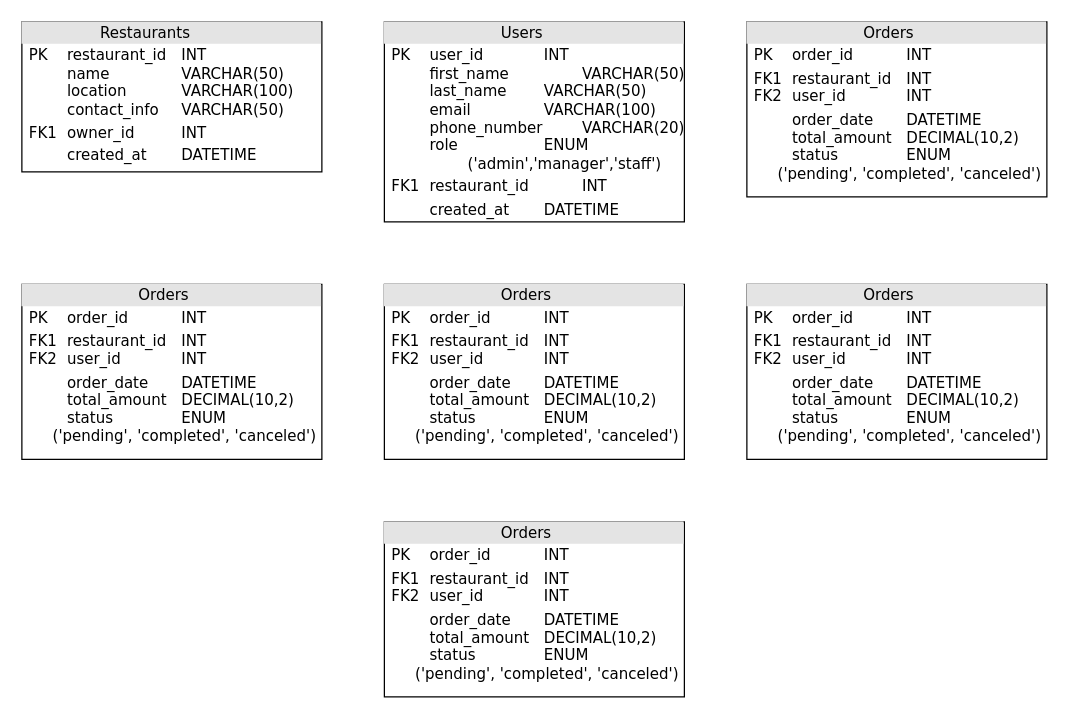
Earlier version of the draw.io diagram Untitled Diagram.drawio (SafwanAltawil/HelloWorld). Source tidied: cells renumbered, new cells numbered last; positions are measured from the earlier drawing's top-left corner, leaving out a move shared by most shapes. Both pictures are drawn from the tidied source at 125%, with x=0, y=0 at pixel (21, 21).
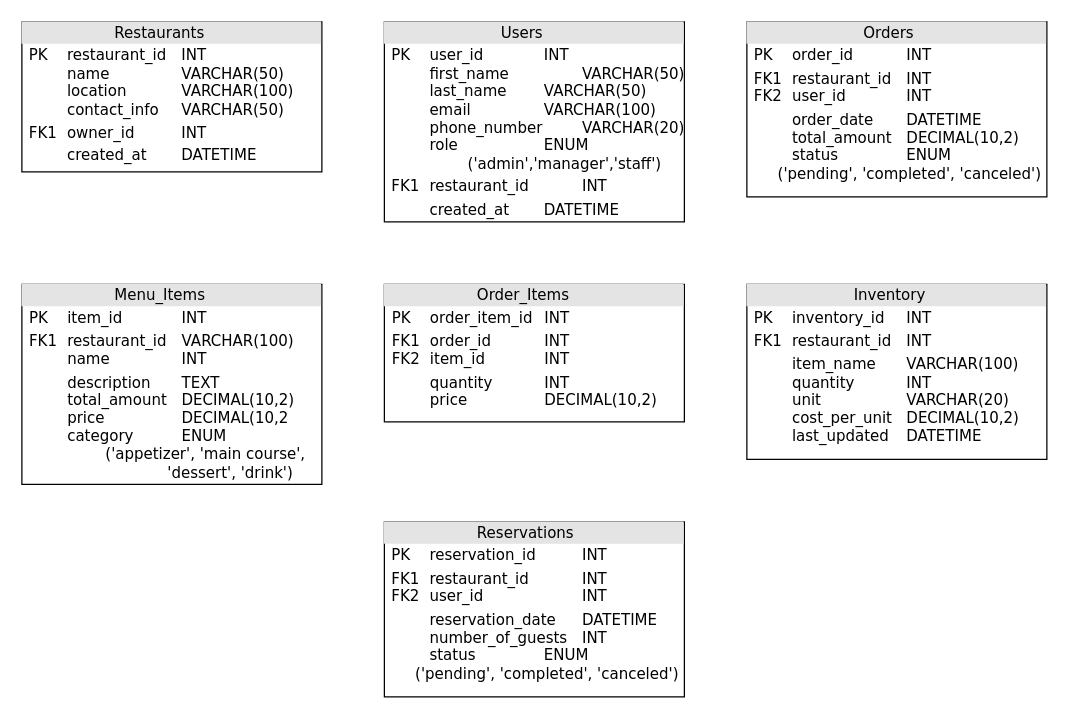
The same diagram, later.

Diff of the diagram source:
```diff
@@
-    <mxCell id="2" value="&lt;div style=&quot;box-sizing:border-box;width:100%;background:#e4e4e4;padding:2px;&quot;&gt;&lt;span style=&quot;white-space: pre;&quot;&gt;&#9;&lt;/span&gt;&lt;span style=&quot;white-space: pre;&quot;&gt;&#9;&lt;/span&gt;Restaurants&lt;/div&gt;&lt;table style=&quot;width:100%;font-size:1em;&quot; cellpadding=&quot;2&quot; cellspacing=&quot;0&quot;&gt;&lt;tbody&gt;&lt;tr&gt;&lt;td&gt;&lt;br&gt;&lt;/td&gt;&lt;td&gt;PK&lt;span style=&quot;white-space: pre;&quot;&gt;&#9;&lt;/span&gt;restaurant_id&lt;span style=&quot;white-space: pre;&quot;&gt;&#9;&lt;/span&gt;INT&lt;br&gt;&lt;span style=&quot;white-space: pre;&quot;&gt;&#9;&lt;/span&gt;name&lt;span style=&quot;white-space: pre;&quot;&gt;&#9;&lt;span style=&quot;white-space: pre;&quot;&gt;&#9;&lt;/span&gt;&lt;/span&gt;VARCHAR(50)&lt;br&gt;&lt;span style=&quot;white-space: pre;&quot;&gt;&#9;&lt;/span&gt;location &lt;span style=&quot;white-space: pre;&quot;&gt;&#9;&lt;span style=&quot;white-space: pre;&quot;&gt;&#9;&lt;/span&gt;&lt;/span&gt;VARCHAR(100)&lt;span style=&quot;white-space: pre;&quot;&gt;&#9;&lt;/span&gt;&lt;span style=&quot;white-space: pre;&quot;&gt;&#9;&lt;/span&gt;&lt;br&gt;&lt;span style=&quot;white-space: pre;&quot;&gt;&#9;&lt;/span&gt;contact_info&lt;span style=&quot;white-space: pre;&quot;&gt;&#9;&lt;/span&gt;VARCHAR(50)&lt;br&gt;&lt;/td&gt;&lt;/tr&gt;&lt;tr&gt;&lt;td&gt;&lt;br&gt;&lt;/td&gt;&lt;td&gt;FK1&lt;span style=&quot;white-space: pre;&quot;&gt;&#9;&lt;/span&gt;owner_id &lt;span style=&quot;white-space: pre;&quot;&gt;&#9;&lt;/span&gt;&lt;span style=&quot;white-space: pre;&quot;&gt;&#9;&lt;/span&gt;INT&lt;/td&gt;&lt;/tr&gt;&lt;tr&gt;&lt;td&gt;&lt;/td&gt;&lt;td&gt;&lt;span style=&quot;white-space: pre;&quot;&gt;&#9;&lt;/span&gt;created_at &lt;span style=&quot;white-space: pre;&quot;&gt;&#9;&lt;/span&gt;DATETIME&lt;span style=&quot;white-space: pre;&quot;&gt;&#9;&lt;/span&gt;&lt;br&gt;&lt;br&gt;&lt;br&gt;&lt;/td&gt;&lt;/tr&gt;&lt;/tbody&gt;&lt;/table&gt;" style="verticalAlign=top;align=left;overflow=fill;html=1;rounded=0;shadow=0;comic=0;labelBackgroundColor=none;strokeWidth=1;fontFamily=Verdana;fontSize=12;direction=west;" parent="1" vertex="1">
+    <mxCell id="2" value="&lt;div style=&quot;box-sizing:border-box;width:100%;background:#e4e4e4;padding:2px;&quot;&gt;&lt;span style=&quot;white-space: pre;&quot;&gt;&#9;&lt;/span&gt;&lt;span style=&quot;white-space: pre;&quot;&gt;&#9;&lt;/span&gt;&amp;nbsp; &amp;nbsp;Restaurants&lt;/div&gt;&lt;table style=&quot;width:100%;font-size:1em;&quot; cellpadding=&quot;2&quot; cellspacing=&quot;0&quot;&gt;&lt;tbody&gt;&lt;tr&gt;&lt;td&gt;&lt;br&gt;&lt;/td&gt;&lt;td&gt;PK&lt;span style=&quot;white-space: pre;&quot;&gt;&#9;&lt;/span&gt;restaurant_id&lt;span style=&quot;white-space: pre;&quot;&gt;&#9;&lt;/span&gt;INT&lt;br&gt;&lt;span style=&quot;white-space: pre;&quot;&gt;&#9;&lt;/span&gt;name&lt;span style=&quot;white-space: pre;&quot;&gt;&#9;&lt;span style=&quot;white-space: pre;&quot;&gt;&#9;&lt;/span&gt;&lt;/span&gt;VARCHAR(50)&lt;br&gt;&lt;span style=&quot;white-space: pre;&quot;&gt;&#9;&lt;/span&gt;location &lt;span style=&quot;white-space: pre;&quot;&gt;&#9;&lt;span style=&quot;white-space: pre;&quot;&gt;&#9;&lt;/span&gt;&lt;/span&gt;VARCHAR(100)&lt;span style=&quot;white-space: pre;&quot;&gt;&#9;&lt;/span&gt;&lt;span style=&quot;white-space: pre;&quot;&gt;&#9;&lt;/span&gt;&lt;br&gt;&lt;span style=&quot;white-space: pre;&quot;&gt;&#9;&lt;/span&gt;contact_info&lt;span style=&quot;white-space: pre;&quot;&gt;&#9;&lt;/span&gt;VARCHAR(50)&lt;br&gt;&lt;/td&gt;&lt;/tr&gt;&lt;tr&gt;&lt;td&gt;&lt;br&gt;&lt;/td&gt;&lt;td&gt;FK1&lt;span style=&quot;white-space: pre;&quot;&gt;&#9;&lt;/span&gt;owner_id &lt;span style=&quot;white-space: pre;&quot;&gt;&#9;&lt;/span&gt;&lt;span style=&quot;white-space: pre;&quot;&gt;&#9;&lt;/span&gt;INT&lt;/td&gt;&lt;/tr&gt;&lt;tr&gt;&lt;td&gt;&lt;/td&gt;&lt;td&gt;&lt;span style=&quot;white-space: pre;&quot;&gt;&#9;&lt;/span&gt;created_at &lt;span style=&quot;white-space: pre;&quot;&gt;&#9;&lt;/span&gt;DATETIME&lt;span style=&quot;white-space: pre;&quot;&gt;&#9;&lt;/span&gt;&lt;br&gt;&lt;br&gt;&lt;br&gt;&lt;/td&gt;&lt;/tr&gt;&lt;/tbody&gt;&lt;/table&gt;" style="verticalAlign=top;align=left;overflow=fill;html=1;rounded=0;shadow=0;comic=0;labelBackgroundColor=none;strokeWidth=1;fontFamily=Verdana;fontSize=12;direction=west;" parent="1" vertex="1">
       <mxGeometry width="240" height="120" as="geometry" />
     </mxCell>
@@
-    <mxCell id="5" value="&lt;div style=&quot;box-sizing:border-box;width:100%;background:#e4e4e4;padding:2px;&quot;&gt;&lt;span style=&quot;white-space: pre;&quot;&gt;&#9;&lt;/span&gt;&lt;span style=&quot;white-space: pre;&quot;&gt;&#9;&lt;span style=&quot;white-space: pre;&quot;&gt;&#9;&lt;/span&gt;&lt;/span&gt;Orders&lt;/div&gt;&lt;table style=&quot;width:100%;font-size:1em;&quot; cellpadding=&quot;2&quot; cellspacing=&quot;0&quot;&gt;&lt;tbody&gt;&lt;tr&gt;&lt;td&gt;&lt;br&gt;&lt;/td&gt;&lt;td&gt;PK&lt;span style=&quot;white-space: pre;&quot;&gt;&#9;&lt;/span&gt;order_id&lt;span style=&quot;white-space: pre;&quot;&gt;&#9;&lt;/span&gt;&lt;span style=&quot;white-space: pre;&quot;&gt;&#9;&lt;/span&gt;INT&lt;br&gt;&lt;/td&gt;&lt;/tr&gt;&lt;tr&gt;&lt;td&gt;&lt;br&gt;&lt;/td&gt;&lt;td&gt;FK1&lt;span style=&quot;white-space: pre;&quot;&gt;&#9;&lt;/span&gt;restaurant_id &lt;span style=&quot;white-space: pre;&quot;&gt;&#9;&lt;/span&gt;INT&lt;br&gt;FK2&lt;span style=&quot;white-space: pre;&quot;&gt;&#9;&lt;/span&gt;user_id &lt;span style=&quot;white-space: pre;&quot;&gt;&#9;&lt;/span&gt;&lt;span style=&quot;white-space: pre;&quot;&gt;&#9;&lt;/span&gt;INT&lt;br&gt;&lt;/td&gt;&lt;/tr&gt;&lt;tr&gt;&lt;td&gt;&lt;/td&gt;&lt;td&gt;&lt;span style=&quot;white-space: pre;&quot;&gt;&#9;&lt;/span&gt;order_date &lt;span style=&quot;white-space: pre;&quot;&gt;&#9;&lt;/span&gt;DATETIME&lt;span style=&quot;white-space: pre;&quot;&gt;&#9;&lt;/span&gt;&lt;br&gt;&lt;span style=&quot;white-space: pre;&quot;&gt;&#9;&lt;/span&gt;total_amount &lt;span style=&quot;white-space: pre;&quot;&gt;&#9;&lt;/span&gt;DECIMAL(10,2)&lt;br&gt;&lt;span style=&quot;white-space: pre;&quot;&gt;&#9;&lt;/span&gt;status &lt;span style=&quot;white-space: pre;&quot;&gt;&#9;&lt;/span&gt;&lt;span style=&quot;white-space: pre;&quot;&gt;&#9;&lt;/span&gt;ENUM&lt;br&gt;&amp;nbsp; &amp;nbsp; &amp;nbsp;('pending', 'completed', 'canceled')&lt;span style=&quot;white-space: pre;&quot;&gt;&#9;&lt;/span&gt;&lt;br&gt;&lt;br&gt;&lt;br&gt;&lt;/td&gt;&lt;/tr&gt;&lt;/tbody&gt;&lt;/table&gt;" style="verticalAlign=top;align=left;overflow=fill;html=1;rounded=0;shadow=0;comic=0;labelBackgroundColor=none;strokeWidth=1;fontFamily=Verdana;fontSize=12;direction=west;" parent="1" vertex="1">
+    <mxCell id="5" value="&lt;div style=&quot;box-sizing:border-box;width:100%;background:#e4e4e4;padding:2px;&quot;&gt;&lt;span style=&quot;white-space: pre;&quot;&gt;&#9;&lt;/span&gt;&lt;span style=&quot;white-space: pre;&quot;&gt;&#9;&lt;/span&gt;&lt;span style=&quot;white-space-collapse: preserve;&quot;&gt;&amp;nbsp;  &lt;/span&gt;Reservations&lt;/div&gt;&lt;table style=&quot;width:100%;font-size:1em;&quot; cellpadding=&quot;2&quot; cellspacing=&quot;0&quot;&gt;&lt;tbody&gt;&lt;tr&gt;&lt;td&gt;&lt;br&gt;&lt;/td&gt;&lt;td&gt;PK&lt;span style=&quot;white-space: pre;&quot;&gt;&#9;&lt;/span&gt;reservation_id&lt;span style=&quot;white-space: pre;&quot;&gt;&#9;&lt;span style=&quot;white-space: pre;&quot;&gt;&#9;&lt;/span&gt;&lt;/span&gt;INT&lt;br&gt;&lt;/td&gt;&lt;/tr&gt;&lt;tr&gt;&lt;td&gt;&lt;br&gt;&lt;/td&gt;&lt;td&gt;FK1&lt;span style=&quot;white-space: pre;&quot;&gt;&#9;&lt;/span&gt;restaurant_id &lt;span style=&quot;white-space: pre;&quot;&gt;&#9;&lt;span style=&quot;white-space: pre;&quot;&gt;&#9;&lt;/span&gt;&lt;/span&gt;INT&lt;br&gt;FK2&lt;span style=&quot;white-space: pre;&quot;&gt;&#9;&lt;/span&gt;user_id &lt;span style=&quot;white-space: pre;&quot;&gt;&#9;&lt;/span&gt;&lt;span style=&quot;white-space: pre;&quot;&gt;&#9;&lt;span style=&quot;white-space: pre;&quot;&gt;&#9;&lt;/span&gt;&lt;/span&gt;INT&lt;br&gt;&lt;/td&gt;&lt;/tr&gt;&lt;tr&gt;&lt;td&gt;&lt;/td&gt;&lt;td&gt;&lt;span style=&quot;white-space: pre;&quot;&gt;&#9;&lt;/span&gt;reservation_date &lt;span style=&quot;white-space: pre;&quot;&gt;&#9;&lt;/span&gt;DATETIME&lt;span style=&quot;white-space: pre;&quot;&gt;&#9;&lt;/span&gt;&lt;br&gt;&lt;span style=&quot;white-space: pre;&quot;&gt;&#9;&lt;/span&gt;number_of_guests  &lt;span style=&quot;white-space: pre;&quot;&gt;&#9;&lt;/span&gt;INT&lt;br&gt;&lt;span style=&quot;white-space: pre;&quot;&gt;&#9;&lt;/span&gt;status &lt;span style=&quot;white-space: pre;&quot;&gt;&#9;&lt;/span&gt;&lt;span style=&quot;white-space: pre;&quot;&gt;&#9;&lt;/span&gt;ENUM&lt;br&gt;&amp;nbsp; &amp;nbsp; &amp;nbsp;('pending', 'completed', 'canceled')&lt;span style=&quot;white-space: pre;&quot;&gt;&#9;&lt;/span&gt;&lt;br&gt;&lt;br&gt;&lt;br&gt;&lt;/td&gt;&lt;/tr&gt;&lt;/tbody&gt;&lt;/table&gt;" style="verticalAlign=top;align=left;overflow=fill;html=1;rounded=0;shadow=0;comic=0;labelBackgroundColor=none;strokeWidth=1;fontFamily=Verdana;fontSize=12;direction=west;" parent="1" vertex="1">
       <mxGeometry x="290" y="400" width="240" height="140" as="geometry" />
     </mxCell>
-    <mxCell id="6" value="&lt;div style=&quot;box-sizing:border-box;width:100%;background:#e4e4e4;padding:2px;&quot;&gt;&lt;span style=&quot;white-space: pre;&quot;&gt;&#9;&lt;/span&gt;&lt;span style=&quot;white-space: pre;&quot;&gt;&#9;&lt;span style=&quot;white-space: pre;&quot;&gt;&#9;&lt;/span&gt;&lt;/span&gt;Orders&lt;/div&gt;&lt;table style=&quot;width:100%;font-size:1em;&quot; cellpadding=&quot;2&quot; cellspacing=&quot;0&quot;&gt;&lt;tbody&gt;&lt;tr&gt;&lt;td&gt;&lt;br&gt;&lt;/td&gt;&lt;td&gt;PK&lt;span style=&quot;white-space: pre;&quot;&gt;&#9;&lt;/span&gt;order_id&lt;span style=&quot;white-space: pre;&quot;&gt;&#9;&lt;/span&gt;&lt;span style=&quot;white-space: pre;&quot;&gt;&#9;&lt;/span&gt;INT&lt;br&gt;&lt;/td&gt;&lt;/tr&gt;&lt;tr&gt;&lt;td&gt;&lt;br&gt;&lt;/td&gt;&lt;td&gt;FK1&lt;span style=&quot;white-space: pre;&quot;&gt;&#9;&lt;/span&gt;restaurant_id &lt;span style=&quot;white-space: pre;&quot;&gt;&#9;&lt;/span&gt;INT&lt;br&gt;FK2&lt;span style=&quot;white-space: pre;&quot;&gt;&#9;&lt;/span&gt;user_id &lt;span style=&quot;white-space: pre;&quot;&gt;&#9;&lt;/span&gt;&lt;span style=&quot;white-space: pre;&quot;&gt;&#9;&lt;/span&gt;INT&lt;br&gt;&lt;/td&gt;&lt;/tr&gt;&lt;tr&gt;&lt;td&gt;&lt;/td&gt;&lt;td&gt;&lt;span style=&quot;white-space: pre;&quot;&gt;&#9;&lt;/span&gt;order_date &lt;span style=&quot;white-space: pre;&quot;&gt;&#9;&lt;/span&gt;DATETIME&lt;span style=&quot;white-space: pre;&quot;&gt;&#9;&lt;/span&gt;&lt;br&gt;&lt;span style=&quot;white-space: pre;&quot;&gt;&#9;&lt;/span&gt;total_amount &lt;span style=&quot;white-space: pre;&quot;&gt;&#9;&lt;/span&gt;DECIMAL(10,2)&lt;br&gt;&lt;span style=&quot;white-space: pre;&quot;&gt;&#9;&lt;/span&gt;status &lt;span style=&quot;white-space: pre;&quot;&gt;&#9;&lt;/span&gt;&lt;span style=&quot;white-space: pre;&quot;&gt;&#9;&lt;/span&gt;ENUM&lt;br&gt;&amp;nbsp; &amp;nbsp; &amp;nbsp;('pending', 'completed', 'canceled')&lt;span style=&quot;white-space: pre;&quot;&gt;&#9;&lt;/span&gt;&lt;br&gt;&lt;br&gt;&lt;br&gt;&lt;/td&gt;&lt;/tr&gt;&lt;/tbody&gt;&lt;/table&gt;" style="verticalAlign=top;align=left;overflow=fill;html=1;rounded=0;shadow=0;comic=0;labelBackgroundColor=none;strokeWidth=1;fontFamily=Verdana;fontSize=12;direction=west;" parent="1" vertex="1">
+    <mxCell id="6" value="&lt;div style=&quot;box-sizing:border-box;width:100%;background:#e4e4e4;padding:2px;&quot;&gt;&lt;span style=&quot;white-space: pre;&quot;&gt;&#9;&lt;/span&gt;&lt;span style=&quot;white-space: pre;&quot;&gt;&#9;&lt;/span&gt;&lt;span style=&quot;white-space-collapse: preserve;&quot;&gt;&amp;nbsp;     &lt;/span&gt;Inventory&lt;/div&gt;&lt;table style=&quot;width:100%;font-size:1em;&quot; cellpadding=&quot;2&quot; cellspacing=&quot;0&quot;&gt;&lt;tbody&gt;&lt;tr&gt;&lt;td&gt;&lt;br&gt;&lt;/td&gt;&lt;td&gt;PK&lt;span style=&quot;white-space: pre;&quot;&gt;&#9;&lt;/span&gt;inventory_id&lt;span style=&quot;white-space: pre;&quot;&gt;&#9;&lt;/span&gt;INT&lt;br&gt;&lt;/td&gt;&lt;/tr&gt;&lt;tr&gt;&lt;td&gt;&lt;br&gt;&lt;/td&gt;&lt;td&gt;FK1&lt;span style=&quot;white-space: pre;&quot;&gt;&#9;&lt;/span&gt;restaurant_id &lt;span style=&quot;white-space: pre;&quot;&gt;&#9;&lt;/span&gt;INT&lt;br&gt;&lt;/td&gt;&lt;/tr&gt;&lt;tr&gt;&lt;td&gt;&lt;/td&gt;&lt;td&gt;&lt;span style=&quot;white-space: pre;&quot;&gt;&#9;&lt;/span&gt;item_name &lt;span style=&quot;white-space: pre;&quot;&gt;&#9;&lt;/span&gt;VARCHAR(100)&lt;span style=&quot;white-space: pre;&quot;&gt;&#9;&lt;/span&gt;&lt;br&gt;&lt;span style=&quot;white-space: pre;&quot;&gt;&#9;&lt;/span&gt;quantity &lt;span style=&quot;white-space: pre;&quot;&gt;&#9;&lt;span style=&quot;white-space: pre;&quot;&gt;&#9;&lt;/span&gt;I&lt;/span&gt;NT&lt;br&gt;&lt;span style=&quot;white-space: pre;&quot;&gt;&#9;&lt;/span&gt;unit &lt;span style=&quot;white-space: pre;&quot;&gt;&#9;&lt;/span&gt;&lt;span style=&quot;white-space: pre;&quot;&gt;&#9;&lt;/span&gt;&lt;span style=&quot;white-space: pre;&quot;&gt;&#9;&lt;/span&gt;VARCHAR(20)&lt;br&gt;&lt;span style=&quot;white-space: pre;&quot;&gt;&#9;&lt;/span&gt;cost_per_unit &lt;span style=&quot;white-space: pre;&quot;&gt;&#9;&lt;/span&gt;DECIMAL(10,2)&lt;span style=&quot;white-space: pre;&quot;&gt;&#9;&lt;/span&gt;&lt;br&gt;&lt;span style=&quot;white-space: pre;&quot;&gt;&#9;&lt;/span&gt;last_updated&lt;span style=&quot;white-space: pre;&quot;&gt;&#9;&lt;/span&gt;DATETIME&lt;br&gt;&lt;br&gt;&lt;/td&gt;&lt;/tr&gt;&lt;/tbody&gt;&lt;/table&gt;" style="verticalAlign=top;align=left;overflow=fill;html=1;rounded=0;shadow=0;comic=0;labelBackgroundColor=none;strokeWidth=1;fontFamily=Verdana;fontSize=12;direction=west;" parent="1" vertex="1">
       <mxGeometry x="580" y="210" width="240" height="140" as="geometry" />
     </mxCell>
-    <mxCell id="7" value="&lt;div style=&quot;box-sizing:border-box;width:100%;background:#e4e4e4;padding:2px;&quot;&gt;&lt;span style=&quot;white-space: pre;&quot;&gt;&#9;&lt;/span&gt;&lt;span style=&quot;white-space: pre;&quot;&gt;&#9;&lt;span style=&quot;white-space: pre;&quot;&gt;&#9;&lt;/span&gt;&lt;/span&gt;Orders&lt;/div&gt;&lt;table style=&quot;width:100%;font-size:1em;&quot; cellpadding=&quot;2&quot; cellspacing=&quot;0&quot;&gt;&lt;tbody&gt;&lt;tr&gt;&lt;td&gt;&lt;br&gt;&lt;/td&gt;&lt;td&gt;PK&lt;span style=&quot;white-space: pre;&quot;&gt;&#9;&lt;/span&gt;order_id&lt;span style=&quot;white-space: pre;&quot;&gt;&#9;&lt;/span&gt;&lt;span style=&quot;white-space: pre;&quot;&gt;&#9;&lt;/span&gt;INT&lt;br&gt;&lt;/td&gt;&lt;/tr&gt;&lt;tr&gt;&lt;td&gt;&lt;br&gt;&lt;/td&gt;&lt;td&gt;FK1&lt;span style=&quot;white-space: pre;&quot;&gt;&#9;&lt;/span&gt;restaurant_id &lt;span style=&quot;white-space: pre;&quot;&gt;&#9;&lt;/span&gt;INT&lt;br&gt;FK2&lt;span style=&quot;white-space: pre;&quot;&gt;&#9;&lt;/span&gt;user_id &lt;span style=&quot;white-space: pre;&quot;&gt;&#9;&lt;/span&gt;&lt;span style=&quot;white-space: pre;&quot;&gt;&#9;&lt;/span&gt;INT&lt;br&gt;&lt;/td&gt;&lt;/tr&gt;&lt;tr&gt;&lt;td&gt;&lt;/td&gt;&lt;td&gt;&lt;span style=&quot;white-space: pre;&quot;&gt;&#9;&lt;/span&gt;order_date &lt;span style=&quot;white-space: pre;&quot;&gt;&#9;&lt;/span&gt;DATETIME&lt;span style=&quot;white-space: pre;&quot;&gt;&#9;&lt;/span&gt;&lt;br&gt;&lt;span style=&quot;white-space: pre;&quot;&gt;&#9;&lt;/span&gt;total_amount &lt;span style=&quot;white-space: pre;&quot;&gt;&#9;&lt;/span&gt;DECIMAL(10,2)&lt;br&gt;&lt;span style=&quot;white-space: pre;&quot;&gt;&#9;&lt;/span&gt;status &lt;span style=&quot;white-space: pre;&quot;&gt;&#9;&lt;/span&gt;&lt;span style=&quot;white-space: pre;&quot;&gt;&#9;&lt;/span&gt;ENUM&lt;br&gt;&amp;nbsp; &amp;nbsp; &amp;nbsp;('pending', 'completed', 'canceled')&lt;span style=&quot;white-space: pre;&quot;&gt;&#9;&lt;/span&gt;&lt;br&gt;&lt;br&gt;&lt;br&gt;&lt;/td&gt;&lt;/tr&gt;&lt;/tbody&gt;&lt;/table&gt;" style="verticalAlign=top;align=left;overflow=fill;html=1;rounded=0;shadow=0;comic=0;labelBackgroundColor=none;strokeWidth=1;fontFamily=Verdana;fontSize=12;direction=west;" parent="1" vertex="1">
-      <mxGeometry x="290" y="210" width="240" height="140" as="geometry" />
+    <mxCell id="7" value="&lt;div style=&quot;box-sizing:border-box;width:100%;background:#e4e4e4;padding:2px;&quot;&gt;&lt;span style=&quot;white-space: pre;&quot;&gt;&#9;&lt;/span&gt;&lt;span style=&quot;white-space: pre;&quot;&gt;&#9;&lt;/span&gt;&lt;span style=&quot;white-space-collapse: preserve;&quot;&gt;&amp;nbsp;  &lt;/span&gt;Order_Items&lt;/div&gt;&lt;table style=&quot;width:100%;font-size:1em;&quot; cellpadding=&quot;2&quot; cellspacing=&quot;0&quot;&gt;&lt;tbody&gt;&lt;tr&gt;&lt;td&gt;&lt;br&gt;&lt;/td&gt;&lt;td&gt;PK&lt;span style=&quot;white-space: pre;&quot;&gt;&#9;&lt;/span&gt;order_item_id&lt;span style=&quot;white-space: pre;&quot;&gt;&#9;&lt;/span&gt;INT&lt;br&gt;&lt;/td&gt;&lt;/tr&gt;&lt;tr&gt;&lt;td&gt;&lt;br&gt;&lt;/td&gt;&lt;td&gt;FK1&lt;span style=&quot;white-space: pre;&quot;&gt;&#9;&lt;/span&gt;order_id &lt;span style=&quot;white-space: pre;&quot;&gt;&#9;&lt;span style=&quot;white-space: pre;&quot;&gt;&#9;&lt;/span&gt;&lt;/span&gt;INT&lt;br&gt;FK2&lt;span style=&quot;white-space: pre;&quot;&gt;&#9;&lt;/span&gt;item_id &lt;span style=&quot;white-space: pre;&quot;&gt;&#9;&lt;/span&gt;&lt;span style=&quot;white-space: pre;&quot;&gt;&#9;&lt;/span&gt;INT&lt;br&gt;&lt;/td&gt;&lt;/tr&gt;&lt;tr&gt;&lt;td&gt;&lt;/td&gt;&lt;td&gt;&lt;span style=&quot;white-space: pre;&quot;&gt;&#9;&lt;/span&gt;quantity &lt;span style=&quot;white-space: pre;&quot;&gt;&#9;&lt;span style=&quot;white-space: pre;&quot;&gt;&#9;&lt;/span&gt;&lt;/span&gt;INT&lt;span style=&quot;white-space: pre;&quot;&gt;&#9;&lt;/span&gt;&lt;br&gt;&lt;span style=&quot;white-space: pre;&quot;&gt;&#9;&lt;/span&gt;price &lt;span style=&quot;white-space: pre;&quot;&gt;&#9;&lt;span style=&quot;white-space: pre;&quot;&gt;&#9;&lt;/span&gt;&lt;/span&gt;DECIMAL(10,2)&lt;br&gt;&lt;span style=&quot;white-space: pre;&quot;&gt;&#9;&lt;/span&gt;&lt;br&gt;&lt;br&gt;&lt;br&gt;&lt;/td&gt;&lt;/tr&gt;&lt;/tbody&gt;&lt;/table&gt;" style="verticalAlign=top;align=left;overflow=fill;html=1;rounded=0;shadow=0;comic=0;labelBackgroundColor=none;strokeWidth=1;fontFamily=Verdana;fontSize=12;direction=west;" parent="1" vertex="1">
+      <mxGeometry x="290" y="210" width="240" height="110" as="geometry" />
     </mxCell>
-    <mxCell id="8" value="&lt;div style=&quot;box-sizing:border-box;width:100%;background:#e4e4e4;padding:2px;&quot;&gt;&lt;span style=&quot;white-space: pre;&quot;&gt;&#9;&lt;/span&gt;&lt;span style=&quot;white-space: pre;&quot;&gt;&#9;&lt;span style=&quot;white-space: pre;&quot;&gt;&#9;&lt;/span&gt;&lt;/span&gt;Orders&lt;/div&gt;&lt;table style=&quot;width:100%;font-size:1em;&quot; cellpadding=&quot;2&quot; cellspacing=&quot;0&quot;&gt;&lt;tbody&gt;&lt;tr&gt;&lt;td&gt;&lt;br&gt;&lt;/td&gt;&lt;td&gt;PK&lt;span style=&quot;white-space: pre;&quot;&gt;&#9;&lt;/span&gt;order_id&lt;span style=&quot;white-space: pre;&quot;&gt;&#9;&lt;/span&gt;&lt;span style=&quot;white-space: pre;&quot;&gt;&#9;&lt;/span&gt;INT&lt;br&gt;&lt;/td&gt;&lt;/tr&gt;&lt;tr&gt;&lt;td&gt;&lt;br&gt;&lt;/td&gt;&lt;td&gt;FK1&lt;span style=&quot;white-space: pre;&quot;&gt;&#9;&lt;/span&gt;restaurant_id &lt;span style=&quot;white-space: pre;&quot;&gt;&#9;&lt;/span&gt;INT&lt;br&gt;FK2&lt;span style=&quot;white-space: pre;&quot;&gt;&#9;&lt;/span&gt;user_id &lt;span style=&quot;white-space: pre;&quot;&gt;&#9;&lt;/span&gt;&lt;span style=&quot;white-space: pre;&quot;&gt;&#9;&lt;/span&gt;INT&lt;br&gt;&lt;/td&gt;&lt;/tr&gt;&lt;tr&gt;&lt;td&gt;&lt;/td&gt;&lt;td&gt;&lt;span style=&quot;white-space: pre;&quot;&gt;&#9;&lt;/span&gt;order_date &lt;span style=&quot;white-space: pre;&quot;&gt;&#9;&lt;/span&gt;DATETIME&lt;span style=&quot;white-space: pre;&quot;&gt;&#9;&lt;/span&gt;&lt;br&gt;&lt;span style=&quot;white-space: pre;&quot;&gt;&#9;&lt;/span&gt;total_amount &lt;span style=&quot;white-space: pre;&quot;&gt;&#9;&lt;/span&gt;DECIMAL(10,2)&lt;br&gt;&lt;span style=&quot;white-space: pre;&quot;&gt;&#9;&lt;/span&gt;status &lt;span style=&quot;white-space: pre;&quot;&gt;&#9;&lt;/span&gt;&lt;span style=&quot;white-space: pre;&quot;&gt;&#9;&lt;/span&gt;ENUM&lt;br&gt;&amp;nbsp; &amp;nbsp; &amp;nbsp;('pending', 'completed', 'canceled')&lt;span style=&quot;white-space: pre;&quot;&gt;&#9;&lt;/span&gt;&lt;br&gt;&lt;br&gt;&lt;br&gt;&lt;/td&gt;&lt;/tr&gt;&lt;/tbody&gt;&lt;/table&gt;" style="verticalAlign=top;align=left;overflow=fill;html=1;rounded=0;shadow=0;comic=0;labelBackgroundColor=none;strokeWidth=1;fontFamily=Verdana;fontSize=12;direction=west;" parent="1" vertex="1">
-      <mxGeometry y="210" width="240" height="140" as="geometry" />
+    <mxCell id="8" value="&lt;div style=&quot;box-sizing:border-box;width:100%;background:#e4e4e4;padding:2px;&quot;&gt;&lt;span style=&quot;white-space: pre;&quot;&gt;&#9;&lt;span style=&quot;white-space: pre;&quot;&gt;&#9;&lt;/span&gt;   &lt;/span&gt;Menu_Items&lt;/div&gt;&lt;table style=&quot;width:100%;font-size:1em;&quot; cellpadding=&quot;2&quot; cellspacing=&quot;0&quot;&gt;&lt;tbody&gt;&lt;tr&gt;&lt;td&gt;&lt;br&gt;&lt;/td&gt;&lt;td&gt;PK&lt;span style=&quot;white-space: pre;&quot;&gt;&#9;&lt;/span&gt;item_id&lt;span style=&quot;white-space: pre;&quot;&gt;&#9;&lt;/span&gt;&lt;span style=&quot;white-space: pre;&quot;&gt;&#9;&lt;/span&gt;INT&lt;br&gt;&lt;/td&gt;&lt;/tr&gt;&lt;tr&gt;&lt;td&gt;&lt;br&gt;&lt;/td&gt;&lt;td&gt;FK1&lt;span style=&quot;white-space: pre;&quot;&gt;&#9;&lt;/span&gt;restaurant_id &lt;span style=&quot;white-space: pre;&quot;&gt;&#9;&lt;/span&gt;VARCHAR(100)&lt;br&gt;&lt;span style=&quot;white-space: pre;&quot;&gt;&#9;&lt;/span&gt;name &lt;span style=&quot;white-space: pre;&quot;&gt;&#9;&lt;/span&gt;&lt;span style=&quot;white-space: pre;&quot;&gt;&#9;&lt;/span&gt;INT&lt;br&gt;&lt;/td&gt;&lt;/tr&gt;&lt;tr&gt;&lt;td&gt;&lt;/td&gt;&lt;td&gt;&lt;span style=&quot;white-space: pre;&quot;&gt;&#9;&lt;/span&gt;description &lt;span style=&quot;white-space: pre;&quot;&gt;&#9;&lt;/span&gt;TEXT&lt;span style=&quot;white-space: pre;&quot;&gt;&#9;&lt;/span&gt;&lt;br&gt;&lt;span style=&quot;white-space: pre;&quot;&gt;&#9;&lt;/span&gt;total_amount &lt;span style=&quot;white-space: pre;&quot;&gt;&#9;&lt;/span&gt;DECIMAL(10,2)&lt;br&gt;&lt;span style=&quot;white-space: pre;&quot;&gt;&#9;&lt;/span&gt;price &lt;span style=&quot;white-space: pre;&quot;&gt;&#9;&lt;/span&gt;&lt;span style=&quot;white-space: pre;&quot;&gt;&#9;&lt;/span&gt;DECIMAL(10,2&lt;span style=&quot;white-space: pre;&quot;&gt;&#9;&lt;/span&gt;&lt;br&gt;&lt;span style=&quot;white-space: pre;&quot;&gt;&#9;&lt;/span&gt;category &lt;span style=&quot;white-space: pre;&quot;&gt;&#9;&lt;/span&gt;&lt;span style=&quot;white-space: pre;&quot;&gt;&#9;&lt;/span&gt;ENUM&lt;br&gt;&lt;span style=&quot;white-space: pre;&quot;&gt;&#9;&lt;/span&gt;&lt;span style=&quot;white-space: pre;&quot;&gt;&#9;&lt;/span&gt;('appetizer', 'main course',&lt;br&gt;&lt;span style=&quot;white-space: pre;&quot;&gt;&#9;&lt;/span&gt;&lt;span style=&quot;white-space: pre;&quot;&gt;&#9;&lt;/span&gt;&lt;span style=&quot;white-space: pre;&quot;&gt;&#9;&lt;/span&gt;&amp;nbsp; &amp;nbsp;&amp;nbsp;&amp;nbsp;'dessert', 'drink')&lt;br&gt;&lt;br&gt;&lt;/td&gt;&lt;/tr&gt;&lt;/tbody&gt;&lt;/table&gt;" style="verticalAlign=top;align=left;overflow=fill;html=1;rounded=0;shadow=0;comic=0;labelBackgroundColor=none;strokeWidth=1;fontFamily=Verdana;fontSize=12;direction=west;" parent="1" vertex="1">
+      <mxGeometry y="210" width="240" height="160" as="geometry" />
     </mxCell>
```
